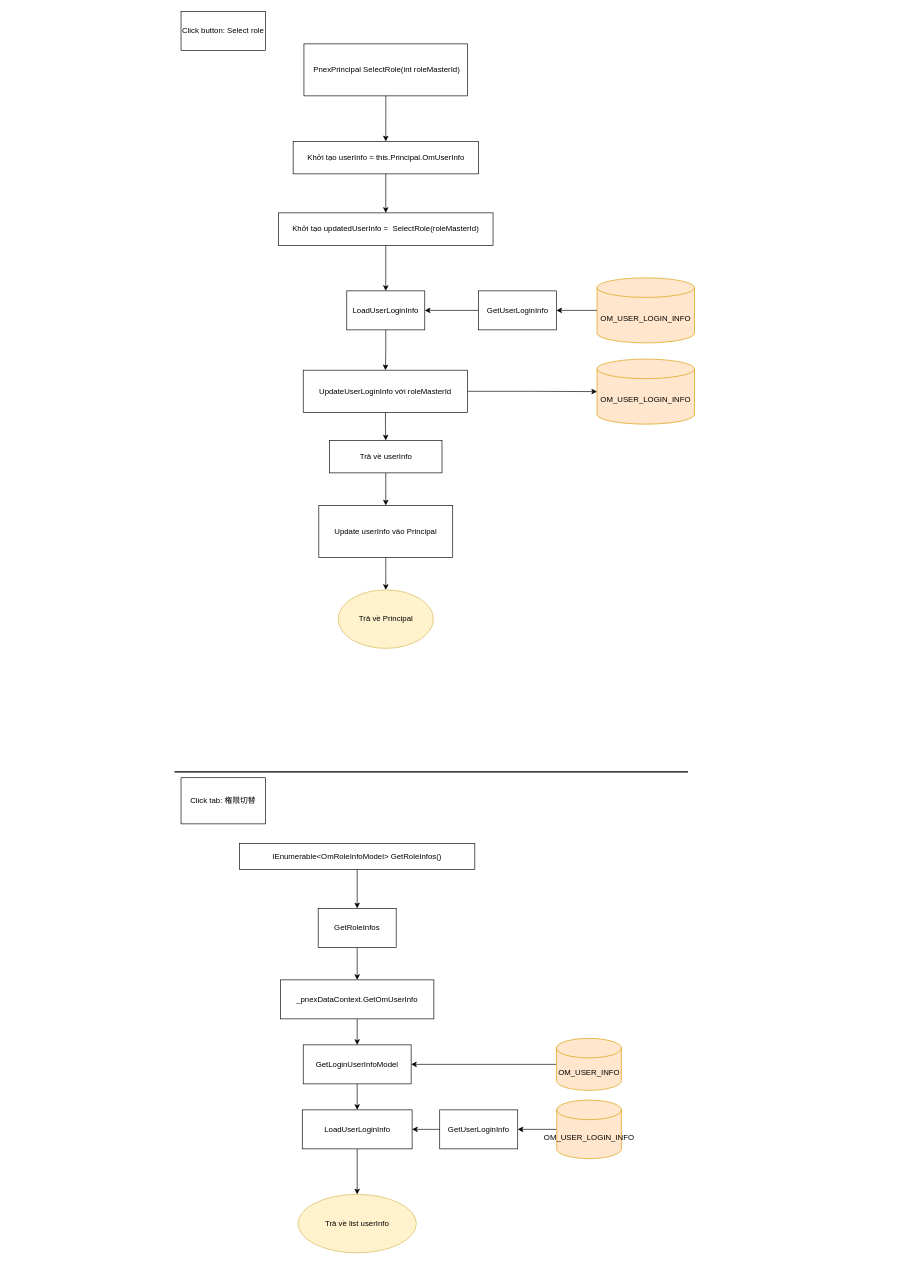
Before: page "Server" (3 of 3) of Untitled Diagram.drawio in LikWiKi/CSharpBasic_NTQ, a draw.io diagram. Source tidied: cells renumbered, new cells numbered last; positions are measured from the earlier drawing's top-left corner, leaving out a move shared by most shapes. Both pictures are drawn from the tidied source at 65%, with x=0, y=0 at pixel (174, 11).
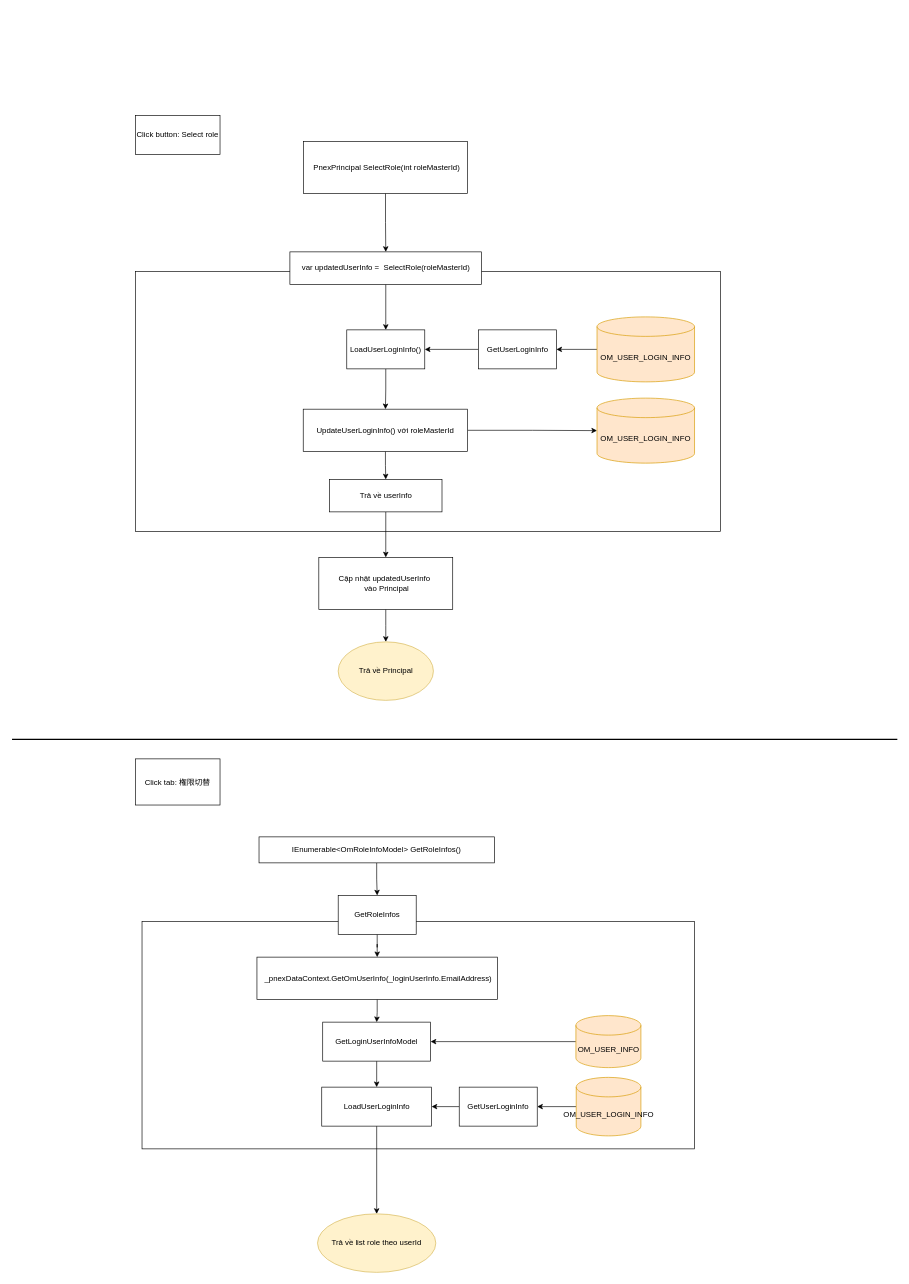
The same page after the edit.

Diff of the diagram source:
```diff
@@
+    <mxCell id="43" style="rounded=0;whiteSpace=wrap;html=1;" parent="1" vertex="1">
+      <mxGeometry x="-60" y="400" width="900" height="400" as="geometry" />
+    </mxCell>
+    <mxCell id="44" style="rounded=0;whiteSpace=wrap;html=1;" parent="1" vertex="1">
+      <mxGeometry x="-50" y="1400" width="850" height="350" as="geometry" />
+    </mxCell>
     <mxCell id="2" value="Click button: Select role" style="rounded=0;whiteSpace=wrap;html=1;" parent="1" vertex="1">
-      <mxGeometry x="10" width="130" height="60" as="geometry" />
+      <mxGeometry x="-60" y="160" width="130" height="60" as="geometry" />
     </mxCell>
-    <mxCell id="3" style="edgeStyle=orthogonalEdgeStyle;rounded=0;jettySize=auto;html=1;" parent="1" edge="1" source="4" target="6">
-      <mxGeometry relative="1" as="geometry" />
-    </mxCell>
-    <mxCell id="4" value="Khởi tạo userInfo = this.Principal.OmUserInfo" style="rounded=0;whiteSpace=wrap;html=1;" parent="1" vertex="1">
-      <mxGeometry x="182.5" y="200" width="285" height="50" as="geometry" />
-    </mxCell>
-    <mxCell id="5" style="edgeStyle=orthogonalEdgeStyle;rounded=0;jettySize=auto;html=1;" parent="1" edge="1" source="6" target="11">
+    <mxCell id="5" style="edgeStyle=orthogonalEdgeStyle;rounded=0;jettySize=auto;html=1;strokeWidth=1;" parent="1" edge="1" source="6" target="11">
       <mxGeometry relative="1" as="geometry" />
     </mxCell>
-    <mxCell id="6" value="Khởi tạo&amp;nbsp;updatedUserInfo =&amp;nbsp; SelectRole(roleMasterId)" style="rounded=0;whiteSpace=wrap;html=1;" parent="1" vertex="1">
-      <mxGeometry x="160" y="310" width="330" height="50" as="geometry" />
+    <mxCell id="6" value="var updatedUserInfo =&amp;nbsp; SelectRole(roleMasterId)" style="rounded=0;whiteSpace=wrap;html=1;" parent="1" vertex="1">
+      <mxGeometry x="177.5" y="370" width="295" height="50" as="geometry" />
     </mxCell>
@@
-    <mxCell id="8" value="Update userInfo vào Principal" style="rounded=0;whiteSpace=wrap;html=1;" parent="1" vertex="1">
-      <mxGeometry x="222" y="760" width="206" height="80" as="geometry" />
+    <mxCell id="8" value="Cập nhật updatedUserInfo&amp;nbsp;&lt;br&gt;&amp;nbsp;vào Principal" style="rounded=0;whiteSpace=wrap;html=1;" parent="1" vertex="1">
+      <mxGeometry x="222" y="840" width="206" height="80" as="geometry" />
     </mxCell>
     <mxCell id="9" value="Trả về Principal" style="ellipse;whiteSpace=wrap;html=1;fillColor=#fff2cc;strokeColor=#d6b656;" parent="1" vertex="1">
-      <mxGeometry x="251.8" y="890" width="146.5" height="90" as="geometry" />
+      <mxGeometry x="251.8" y="970" width="146.5" height="90" as="geometry" />
     </mxCell>
@@
-    <mxCell id="11" value="LoadUserLoginInfo" style="rounded=0;whiteSpace=wrap;html=1;" parent="1" vertex="1">
-      <mxGeometry x="265" y="430" width="120" height="60" as="geometry" />
+    <mxCell id="11" value="LoadUserLoginInfo()" style="rounded=0;whiteSpace=wrap;html=1;" parent="1" vertex="1">
+      <mxGeometry x="265" y="490" width="120" height="60" as="geometry" />
     </mxCell>
@@
-    <mxCell id="14" value="UpdateUserLoginInfo với roleMasterId" style="rounded=0;whiteSpace=wrap;html=1;" parent="1" vertex="1">
-      <mxGeometry x="198" y="552" width="253" height="65" as="geometry" />
+    <mxCell id="14" value="UpdateUserLoginInfo() với roleMasterId" style="rounded=0;whiteSpace=wrap;html=1;" parent="1" vertex="1">
+      <mxGeometry x="198" y="612" width="253" height="65" as="geometry" />
     </mxCell>
@@
     <mxCell id="16" value="GetUserLoginInfo" style="rounded=0;whiteSpace=wrap;html=1;" parent="1" vertex="1">
-      <mxGeometry x="467.5" y="430" width="120" height="60" as="geometry" />
+      <mxGeometry x="467.5" y="490" width="120" height="60" as="geometry" />
     </mxCell>
@@
     <mxCell id="18" value="OM_USER_LOGIN_INFO" style="shape=cylinder3;whiteSpace=wrap;html=1;boundedLbl=1;backgroundOutline=1;size=15;fillColor=#ffe6cc;strokeColor=#d79b00;" parent="1" vertex="1">
-      <mxGeometry x="650" y="410" width="150" height="100" as="geometry" />
+      <mxGeometry x="650" y="470" width="150" height="100" as="geometry" />
     </mxCell>
-    <mxCell id="19" style="edgeStyle=orthogonalEdgeStyle;rounded=0;jettySize=auto;html=1;" parent="1" edge="1" source="20" target="23">
+    <mxCell id="19" style="edgeStyle=orthogonalEdgeStyle;rounded=0;jettySize=auto;html=1;strokeWidth=1;" parent="1" edge="1" source="20" target="23">
       <mxGeometry relative="1" as="geometry" />
     </mxCell>
     <mxCell id="20" value="GetRoleInfos" style="rounded=0;whiteSpace=wrap;html=1;" parent="1" vertex="1">
-      <mxGeometry x="221" y="1380" width="120" height="60" as="geometry" />
+      <mxGeometry x="251.8" y="1360" width="120" height="60" as="geometry" />
     </mxCell>
     <mxCell id="21" value="Click tab:&amp;nbsp;権限切替" style="rounded=0;whiteSpace=wrap;html=1;" parent="1" vertex="1">
-      <mxGeometry x="10" y="1179" width="130" height="71" as="geometry" />
+      <mxGeometry x="-60" y="1150" width="130" height="71" as="geometry" />
     </mxCell>
@@
-    <mxCell id="23" value="_pnexDataContext.GetOmUserInfo" style="rounded=0;whiteSpace=wrap;html=1;" parent="1" vertex="1">
-      <mxGeometry x="163" y="1490" width="236" height="60" as="geometry" />
+    <mxCell id="23" value="&amp;nbsp;_pnexDataContext.GetOmUserInfo(_loginUserInfo.EmailAddress)" style="rounded=0;whiteSpace=wrap;html=1;" parent="1" vertex="1">
+      <mxGeometry x="126.8" y="1455" width="370" height="65" as="geometry" />
     </mxCell>
@@
     <mxCell id="25" value="GetLoginUserInfoModel" style="rounded=0;whiteSpace=wrap;html=1;" parent="1" vertex="1">
-      <mxGeometry x="198" y="1590" width="166" height="60" as="geometry" />
+      <mxGeometry x="228" y="1555" width="166" height="60" as="geometry" />
     </mxCell>
@@
     <mxCell id="27" value="OM_USER_INFO" style="shape=cylinder3;whiteSpace=wrap;html=1;boundedLbl=1;backgroundOutline=1;size=15;fillColor=#ffe6cc;strokeColor=#d79b00;" parent="1" vertex="1">
-      <mxGeometry x="587.5" y="1580" width="100" height="80" as="geometry" />
+      <mxGeometry x="617.5" y="1545" width="100" height="80" as="geometry" />
     </mxCell>
-    <mxCell id="28" style="edgeStyle=orthogonalEdgeStyle;rounded=0;jettySize=auto;html=1;" parent="1" edge="1" source="29" target="30">
+    <mxCell id="28" style="edgeStyle=orthogonalEdgeStyle;rounded=0;jettySize=auto;html=1;entryX=0.5;entryY=0;entryDx=0;entryDy=0;strokeWidth=1;" parent="1" edge="1" source="29" target="30">
       <mxGeometry relative="1" as="geometry" />
     </mxCell>
     <mxCell id="29" value="LoadUserLoginInfo" style="rounded=0;whiteSpace=wrap;html=1;" parent="1" vertex="1">
-      <mxGeometry x="196.5" y="1690" width="169" height="60" as="geometry" />
+      <mxGeometry x="226.5" y="1655" width="169" height="60" as="geometry" />
     </mxCell>
-    <mxCell id="30" value="Trả về list&amp;nbsp;userInfo" style="ellipse;whiteSpace=wrap;html=1;fillColor=#fff2cc;strokeColor=#d6b656;" parent="1" vertex="1">
-      <mxGeometry x="190" y="1820" width="182" height="90" as="geometry" />
+    <mxCell id="30" value="Trả về list&amp;nbsp;role theo userId" style="ellipse;whiteSpace=wrap;html=1;fillColor=#fff2cc;strokeColor=#d6b656;" parent="1" vertex="1">
+      <mxGeometry x="220" y="1850" width="182" height="90" as="geometry" />
     </mxCell>
-    <mxCell id="31" style="edgeStyle=orthogonalEdgeStyle;rounded=0;jettySize=auto;html=1;" parent="1" edge="1" source="32" target="20">
+    <mxCell id="31" style="edgeStyle=orthogonalEdgeStyle;rounded=0;jettySize=auto;html=1;strokeWidth=1;" parent="1" edge="1" source="32" target="20">
       <mxGeometry relative="1" as="geometry" />
     </mxCell>
     <mxCell id="32" value="IEnumerable&amp;lt;OmRoleInfoModel&amp;gt; GetRoleInfos()" style="rounded=0;whiteSpace=wrap;html=1;" parent="1" vertex="1">
-      <mxGeometry x="100" y="1280" width="362" height="40" as="geometry" />
+      <mxGeometry x="130" y="1270" width="362" height="40" as="geometry" />
     </mxCell>
     <mxCell id="33" style="endArrow=none;html=1;rounded=0;strokeWidth=2;" parent="1" edge="1">
       <mxGeometry relative="1" as="geometry">
-        <mxPoint y="1170" as="sourcePoint" />
-        <mxPoint x="790" y="1170" as="targetPoint" />
+        <mxPoint x="-250" y="1120" as="sourcePoint" />
+        <mxPoint x="1112" y="1120" as="targetPoint" />
       </mxGeometry>
     </mxCell>
-    <mxCell id="34" style="edgeStyle=orthogonalEdgeStyle;rounded=0;jettySize=auto;html=1;strokeWidth=1;" parent="1" edge="1" source="35" target="4">
-      <mxGeometry relative="1" as="geometry" />
-    </mxCell>
+    <mxCell id="45" style="edgeStyle=orthogonalEdgeStyle;rounded=0;jettySize=auto;html=1;strokeWidth=1;" parent="1" edge="1" source="35" target="6">
+      <mxGeometry relative="1" as="geometry" />
+    </mxCell>
     <mxCell id="35" value="&amp;nbsp;PnexPrincipal SelectRole(int roleMasterId)" style="rounded=0;whiteSpace=wrap;html=1;" parent="1" vertex="1">
-      <mxGeometry x="199.1" y="50" width="251.9" height="80" as="geometry" />
+      <mxGeometry x="198.6" y="200" width="251.9" height="80" as="geometry" />
     </mxCell>
@@
     <mxCell id="37" value="GetUserLoginInfo" style="rounded=0;whiteSpace=wrap;html=1;" parent="1" vertex="1">
-      <mxGeometry x="408" y="1690" width="120" height="60" as="geometry" />
+      <mxGeometry x="438" y="1655" width="120" height="60" as="geometry" />
     </mxCell>
@@
     <mxCell id="39" value="OM_USER_LOGIN_INFO" style="shape=cylinder3;whiteSpace=wrap;html=1;boundedLbl=1;backgroundOutline=1;size=15;fillColor=#ffe6cc;strokeColor=#d79b00;" parent="1" vertex="1">
-      <mxGeometry x="588" y="1675" width="99.5" height="90" as="geometry" />
+      <mxGeometry x="618" y="1640" width="99.5" height="90" as="geometry" />
     </mxCell>
-    <mxCell id="40" style="edgeStyle=orthogonalEdgeStyle;rounded=0;jettySize=auto;html=1;strokeWidth=1;" parent="1" edge="1" source="41" target="8">
+    <mxCell id="40" style="edgeStyle=orthogonalEdgeStyle;rounded=0;jettySize=auto;html=1;entryX=0.5;entryY=0;entryDx=0;entryDy=0;strokeWidth=1;" parent="1" edge="1" source="41" target="8">
       <mxGeometry relative="1" as="geometry" />
     </mxCell>
     <mxCell id="41" value="Trả về userInfo" style="rounded=0;whiteSpace=wrap;html=1;" parent="1" vertex="1">
-      <mxGeometry x="238.5" y="660" width="173" height="50" as="geometry" />
+      <mxGeometry x="238.5" y="720" width="173" height="50" as="geometry" />
     </mxCell>
     <mxCell id="42" value="OM_USER_LOGIN_INFO" style="shape=cylinder3;whiteSpace=wrap;html=1;boundedLbl=1;backgroundOutline=1;size=15;fillColor=#ffe6cc;strokeColor=#d79b00;" parent="1" vertex="1">
-      <mxGeometry x="650" y="535" width="150" height="100" as="geometry" />
+      <mxGeometry x="650" y="595" width="150" height="100" as="geometry" />
     </mxCell>
```
